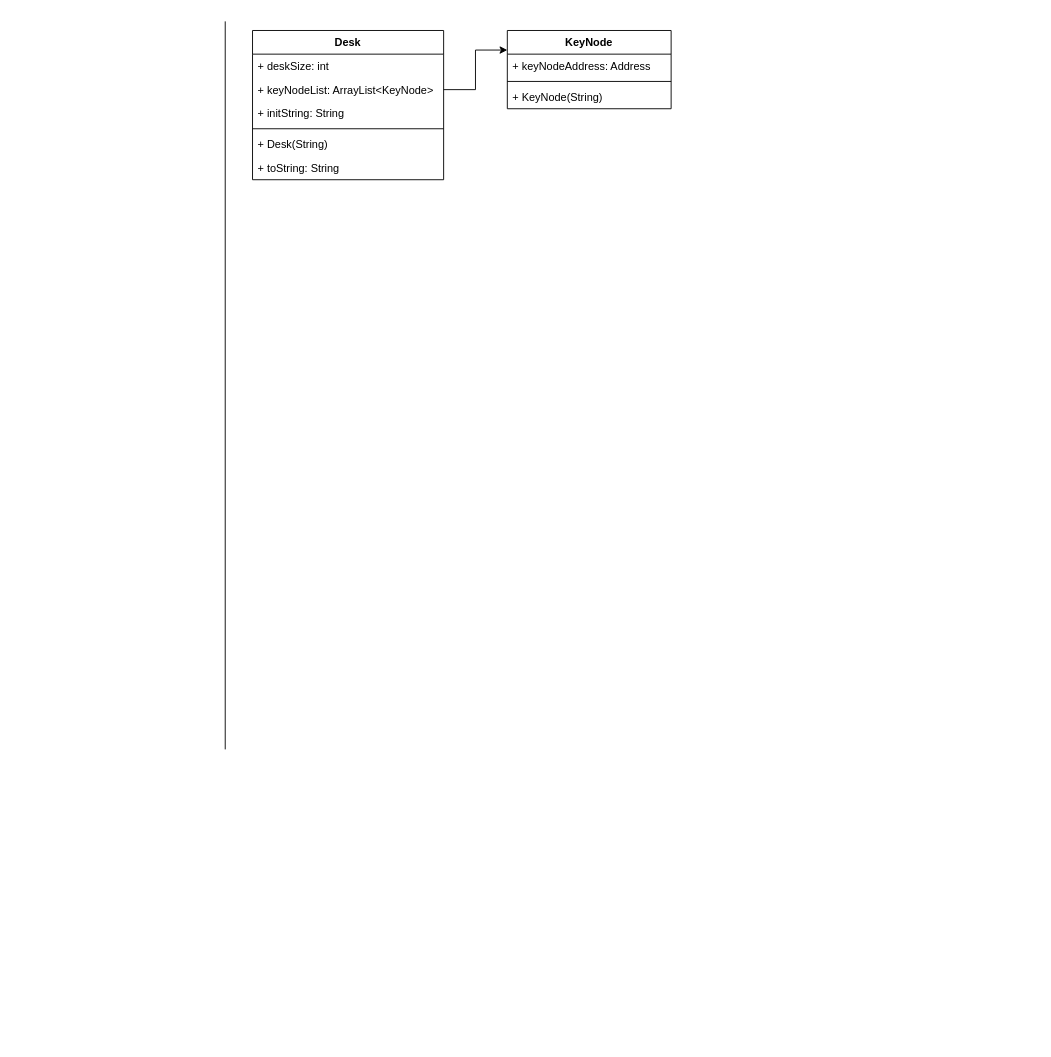
orDIzzz/keyword keeps this draw.io diagram as src/com/ordizzz/keyword/Диаграмма без названия.drawio. Above is the earlier version. Source tidied: cells renumbered, new cells numbered last; positions are measured from the earlier drawing's top-left corner, leaving out a move shared by most shapes. Both pictures are drawn from the tidied source at 91%, with x=0, y=0 at pixel (225, 21).
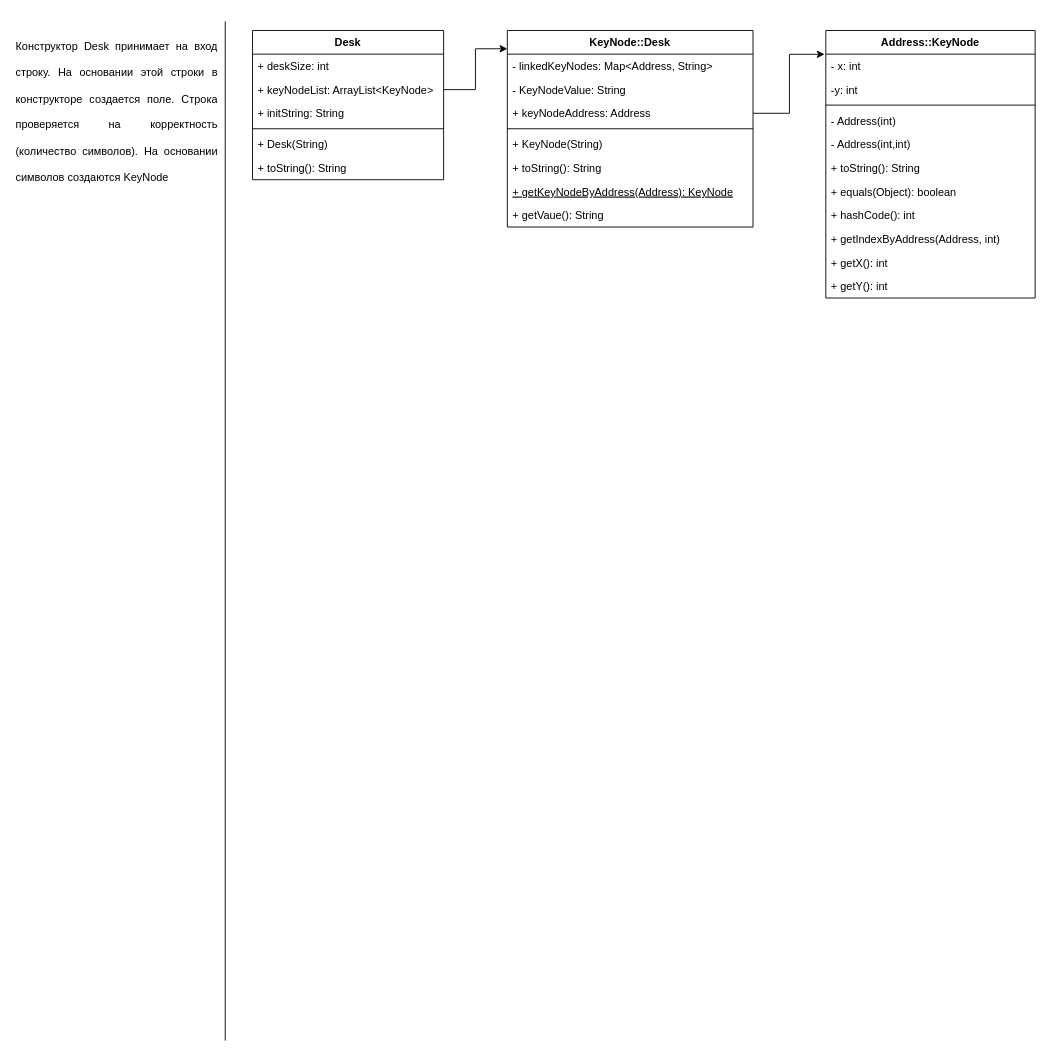
The same page after the edit.

Unchanged cells that the change refers to:
```xml
<mxCell id="8" value="Desk" style="swimlane;fontStyle=1;align=center;verticalAlign=top;horizontal=1;startSize=26;" parent="1" vertex="1">
  <mxGeometry x="30" y="10" width="210" height="164" as="geometry" />
</mxCell>
<mxCell id="10" value="+ keyNodeList: ArrayList&lt;KeyNode&gt;" style="text;strokeColor=none;fillColor=none;align=left;verticalAlign=top;spacingLeft=4;spacingRight=4;overflow=hidden;points=[[0,0.5],[1,0.5]];portConstraint=eastwest;" parent="8" vertex="1">
  <mxGeometry y="52" width="210" height="26" as="geometry" />
</mxCell>
```

Diff of the diagram source:
```diff
@@
     <mxCell id="2" style="endArrow=none;html=1;rounded=0;" parent="1" edge="1">
       <mxGeometry relative="1" as="geometry">
-        <mxPoint y="800" as="sourcePoint" />
+        <mxPoint y="1120" as="sourcePoint" />
         <mxPoint as="targetPoint" />
       </mxGeometry>
     </mxCell>
-    <mxCell id="3" style="edgeStyle=orthogonalEdgeStyle;rounded=0;jettySize=auto;html=1;exitX=1;exitY=0.5;exitDx=0;exitDy=0;entryX=0;entryY=0.25;entryDx=0;entryDy=0;" parent="1" edge="1" source="10" target="4">
+    <mxCell id="3" style="edgeStyle=orthogonalEdgeStyle;rounded=0;jettySize=auto;html=1;exitX=1;exitY=0.5;exitDx=0;exitDy=0;entryX=0;entryY=0.093;entryDx=0;entryDy=0;entryPerimeter=0;" parent="1" edge="1" source="10" target="4">
       <mxGeometry relative="1" as="geometry" />
     </mxCell>
-    <mxCell id="4" value="KeyNode" style="swimlane;fontStyle=1;align=center;verticalAlign=top;horizontal=1;startSize=26;" parent="1" vertex="1">
-      <mxGeometry x="310" y="10" width="180" height="86" as="geometry" />
+    <mxCell id="4" value="KeyNode::Desk" style="swimlane;fontStyle=1;align=center;verticalAlign=top;horizontal=1;startSize=26;" parent="1" vertex="1">
+      <mxGeometry x="310" y="10" width="270" height="216" as="geometry" />
     </mxCell>
+    <mxCell id="15" value="- linkedKeyNodes: Map&lt;Address, String&gt;" style="text;strokeColor=none;fillColor=none;align=left;verticalAlign=top;spacingLeft=4;spacingRight=4;overflow=hidden;" parent="4" vertex="1">
+      <mxGeometry y="26" width="270" height="26" as="geometry" />
+    </mxCell>
+    <mxCell id="16" value="- KeyNodeValue: String" style="text;strokeColor=none;fillColor=none;align=left;verticalAlign=top;spacingLeft=4;spacingRight=4;overflow=hidden;" parent="4" vertex="1">
+      <mxGeometry y="52" width="270" height="26" as="geometry" />
+    </mxCell>
     <mxCell id="5" value="+ keyNodeAddress: Address" style="text;strokeColor=none;fillColor=none;align=left;verticalAlign=top;spacingLeft=4;spacingRight=4;overflow=hidden;points=[[0,0.5],[1,0.5]];portConstraint=eastwest;" parent="4" vertex="1">
-      <mxGeometry y="26" width="180" height="26" as="geometry" />
+      <mxGeometry y="78" width="270" height="26" as="geometry" />
     </mxCell>
     <mxCell id="6" style="line;strokeWidth=1;fillColor=none;align=left;verticalAlign=middle;spacingTop=-1;spacingLeft=3;spacingRight=3;labelPosition=right;strokeColor=inherit;" parent="4" vertex="1">
-      <mxGeometry y="52" width="180" height="8" as="geometry" />
+      <mxGeometry y="104" width="270" height="8" as="geometry" />
     </mxCell>
     <mxCell id="7" value="+ KeyNode(String)" style="text;strokeColor=none;fillColor=none;align=left;verticalAlign=top;spacingLeft=4;spacingRight=4;overflow=hidden;" parent="4" vertex="1">
-      <mxGeometry y="60" width="180" height="26" as="geometry" />
+      <mxGeometry y="112" width="270" height="26" as="geometry" />
     </mxCell>
+    <mxCell id="17" value="+ toString(): String" style="text;strokeColor=none;fillColor=none;align=left;verticalAlign=top;spacingLeft=4;spacingRight=4;overflow=hidden;" parent="4" vertex="1">
+      <mxGeometry y="138" width="270" height="26" as="geometry" />
+    </mxCell>
+    <mxCell id="18" value="+ getKeyNodeByAddress(Address): KeyNode" style="text;strokeColor=none;fillColor=none;align=left;verticalAlign=top;spacingLeft=4;spacingRight=4;overflow=hidden;fontStyle=4;" parent="4" vertex="1">
+      <mxGeometry y="164" width="270" height="26" as="geometry" />
+    </mxCell>
+    <mxCell id="19" value="+ getVaue(): String" style="text;strokeColor=none;fillColor=none;align=left;verticalAlign=top;spacingLeft=4;spacingRight=4;overflow=hidden;" parent="4" vertex="1">
+      <mxGeometry y="190" width="270" height="26" as="geometry" />
+    </mxCell>
@@
-    <mxCell id="14" value="+ toString: String" style="text;strokeColor=none;fillColor=none;align=left;verticalAlign=top;spacingLeft=4;spacingRight=4;overflow=hidden;" parent="8" vertex="1">
+    <mxCell id="14" value="+ toString(): String" style="text;strokeColor=none;fillColor=none;align=left;verticalAlign=top;spacingLeft=4;spacingRight=4;overflow=hidden;" parent="8" vertex="1">
       <mxGeometry y="138" width="210" height="26" as="geometry" />
     </mxCell>
+    <mxCell id="20" value="Address::KeyNode" style="swimlane;fontStyle=1;align=center;verticalAlign=top;horizontal=1;startSize=26;" parent="1" vertex="1">
+      <mxGeometry x="660" y="10" width="230" height="294" as="geometry" />
+    </mxCell>
+    <mxCell id="21" value="- x: int" style="text;strokeColor=none;fillColor=none;align=left;verticalAlign=top;spacingLeft=4;spacingRight=4;overflow=hidden;" parent="20" vertex="1">
+      <mxGeometry y="26" width="230" height="26" as="geometry" />
+    </mxCell>
+    <mxCell id="22" value="-y: int" style="text;strokeColor=none;fillColor=none;align=left;verticalAlign=top;spacingLeft=4;spacingRight=4;overflow=hidden;" parent="20" vertex="1">
+      <mxGeometry y="52" width="230" height="26" as="geometry" />
+    </mxCell>
+    <mxCell id="23" style="line;strokeWidth=1;fillColor=none;align=left;verticalAlign=middle;spacingTop=-1;spacingLeft=3;spacingRight=3;labelPosition=right;strokeColor=inherit;" parent="20" vertex="1">
+      <mxGeometry y="78" width="230" height="8" as="geometry" />
+    </mxCell>
+    <mxCell id="24" value="- Address(int)" style="text;strokeColor=none;fillColor=none;align=left;verticalAlign=top;spacingLeft=4;spacingRight=4;overflow=hidden;" parent="20" vertex="1">
+      <mxGeometry y="86" width="230" height="26" as="geometry" />
+    </mxCell>
+    <mxCell id="25" value="- Address(int,int)" style="text;strokeColor=none;fillColor=none;align=left;verticalAlign=top;spacingLeft=4;spacingRight=4;overflow=hidden;" parent="20" vertex="1">
+      <mxGeometry y="112" width="230" height="26" as="geometry" />
+    </mxCell>
+    <mxCell id="26" value="+ toString(): String" style="text;strokeColor=none;fillColor=none;align=left;verticalAlign=top;spacingLeft=4;spacingRight=4;overflow=hidden;" parent="20" vertex="1">
+      <mxGeometry y="138" width="230" height="26" as="geometry" />
+    </mxCell>
+    <mxCell id="27" value="+ equals(Object): boolean" style="text;strokeColor=none;fillColor=none;align=left;verticalAlign=top;spacingLeft=4;spacingRight=4;overflow=hidden;" parent="20" vertex="1">
+      <mxGeometry y="164" width="230" height="26" as="geometry" />
+    </mxCell>
+    <mxCell id="28" value="+ hashCode(): int" style="text;strokeColor=none;fillColor=none;align=left;verticalAlign=top;spacingLeft=4;spacingRight=4;overflow=hidden;" parent="20" vertex="1">
+      <mxGeometry y="190" width="230" height="26" as="geometry" />
+    </mxCell>
+    <mxCell id="29" value="+ getIndexByAddress(Address, int)" style="text;strokeColor=none;fillColor=none;align=left;verticalAlign=top;spacingLeft=4;spacingRight=4;overflow=hidden;" parent="20" vertex="1">
+      <mxGeometry y="216" width="230" height="26" as="geometry" />
+    </mxCell>
+    <mxCell id="30" value="+ getX(): int" style="text;strokeColor=none;fillColor=none;align=left;verticalAlign=top;spacingLeft=4;spacingRight=4;overflow=hidden;" parent="20" vertex="1">
+      <mxGeometry y="242" width="230" height="26" as="geometry" />
+    </mxCell>
+    <mxCell id="31" value="+ getY(): int" style="text;strokeColor=none;fillColor=none;align=left;verticalAlign=top;spacingLeft=4;spacingRight=4;overflow=hidden;" parent="20" vertex="1">
+      <mxGeometry y="268" width="230" height="26" as="geometry" />
+    </mxCell>
+    <mxCell id="32" style="edgeStyle=orthogonalEdgeStyle;rounded=0;jettySize=auto;html=1;exitX=1;exitY=0.5;exitDx=0;exitDy=0;entryX=-0.006;entryY=0.089;entryDx=0;entryDy=0;entryPerimeter=0;" parent="1" edge="1" source="5" target="20">
+      <mxGeometry relative="1" as="geometry" />
+    </mxCell>
+    <mxCell id="33" value="&lt;h1 style=&quot;text-align: justify;&quot;&gt;&lt;span style=&quot;font-size: 12px; font-weight: 400;&quot;&gt;Конструктор Desk принимает на вход строку. На основании этой строки в конструкторе создается поле. Строка проверяется на корректность (количество символов). На основании символов создаются KeyNode&amp;nbsp;&lt;/span&gt;&lt;/h1&gt;" style="text;html=1;strokeColor=none;fillColor=none;spacing=0;spacingTop=-20;whiteSpace=wrap;overflow=hidden;rounded=0;spacingBottom=0;" parent="1" vertex="1">
+      <mxGeometry x="-230" y="9" width="220" height="800" as="geometry" />
+    </mxCell>
```
